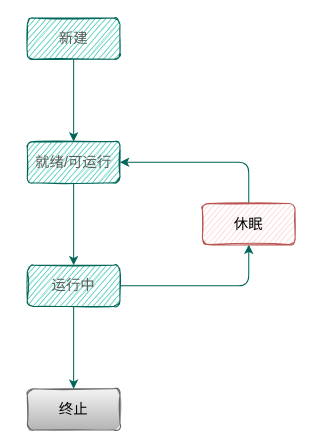
fjx5762/coding-note keeps this draw.io diagram as Thread.drawio. Above is the earlier version. Source tidied: cells renumbered, new cells numbered last; positions are measured from the earlier drawing's top-left corner, leaving out a move shared by most shapes. Both pictures are drawn from the tidied source at 103%, with x=0, y=0 at pixel (27, 18).
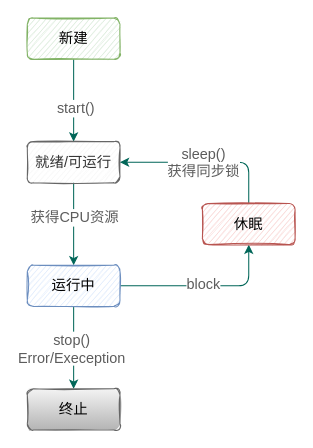
After the change.

What changed in the source:
```diff
@@
 <mxGraphModel>
   <root>
     <mxCell id="0" />
     <mxCell id="1" parent="0" />
     <mxCell id="2" style="edgeStyle=orthogonalEdgeStyle;curved=0;rounded=1;sketch=0;jettySize=auto;html=1;fontColor=#5C5C5C;strokeColor=#006658;fillColor=#21C0A5;fontSize=14;" parent="1" edge="1" source="3" target="5">
       <mxGeometry relative="1" as="geometry" />
     </mxCell>
+    <mxCell id="12" value="start()" style="edgeLabel;html=1;align=center;verticalAlign=middle;fontSize=14;fontColor=#5C5C5C;" parent="2" vertex="1">
+      <mxGeometry x="0.17" y="1" relative="1" as="geometry" />
+    </mxCell>
-    <mxCell id="3" value="新建" style="rounded=1;whiteSpace=wrap;html=1;sketch=1;fillColor=#21C0A5;strokeColor=#006658;fontColor=#5C5C5C;fontSize=14;" parent="1" vertex="1">
+    <mxCell id="3" value="新建" style="rounded=1;whiteSpace=wrap;html=1;sketch=1;fillColor=#d5e8d4;strokeColor=#82b366;fontSize=14;" parent="1" vertex="1">
       <mxGeometry width="90" height="40" as="geometry" />
     </mxCell>
     <mxCell id="4" style="edgeStyle=orthogonalEdgeStyle;curved=0;rounded=1;sketch=0;jettySize=auto;html=1;fontColor=#5C5C5C;strokeColor=#006658;fillColor=#21C0A5;fontSize=14;" parent="1" edge="1" source="5" target="8">
       <mxGeometry relative="1" as="geometry" />
     </mxCell>
+    <mxCell id="13" value="获得CPU资源" style="edgeLabel;html=1;align=center;verticalAlign=middle;fontSize=14;fontColor=#5C5C5C;" parent="4" vertex="1">
+      <mxGeometry x="-0.17" relative="1" as="geometry" />
+    </mxCell>
-    <mxCell id="5" value="就绪/可运行" style="rounded=1;whiteSpace=wrap;html=1;sketch=1;fillColor=#21C0A5;strokeColor=#006658;fontColor=#5C5C5C;fontSize=14;" parent="1" vertex="1">
+    <mxCell id="5" value="就绪/可运行" style="rounded=1;whiteSpace=wrap;html=1;sketch=1;fillColor=#f5f5f5;strokeColor=#666666;fontColor=#333333;fontSize=14;" parent="1" vertex="1">
       <mxGeometry y="120" width="90" height="40" as="geometry" />
     </mxCell>
     <mxCell id="6" style="edgeStyle=orthogonalEdgeStyle;curved=0;rounded=1;sketch=0;jettySize=auto;html=1;fontColor=#5C5C5C;strokeColor=#006658;fillColor=#21C0A5;fontSize=14;" parent="1" edge="1" source="8" target="10">
       <mxGeometry relative="1" as="geometry" />
     </mxCell>
+    <mxCell id="14" value="block" style="edgeLabel;html=1;align=center;verticalAlign=middle;fontSize=14;fontColor=#5C5C5C;" parent="6" vertex="1">
+      <mxGeometry x="-0.03" y="3" relative="1" as="geometry">
+        <mxPoint y="1" as="offset" />
+      </mxGeometry>
+    </mxCell>
     <mxCell id="7" style="edgeStyle=orthogonalEdgeStyle;curved=0;rounded=1;sketch=0;jettySize=auto;html=1;fontColor=#5C5C5C;strokeColor=#006658;fillColor=#21C0A5;fontSize=14;" parent="1" edge="1" source="8" target="11">
       <mxGeometry relative="1" as="geometry" />
     </mxCell>
+    <mxCell id="15" value="stop()&lt;br&gt;Error/Exeception" style="edgeLabel;html=1;align=center;verticalAlign=middle;fontSize=14;fontColor=#5C5C5C;" parent="7" vertex="1">
+      <mxGeometry y="-3" relative="1" as="geometry" />
+    </mxCell>
-    <mxCell id="8" value="运行中" style="rounded=1;whiteSpace=wrap;html=1;sketch=1;fillColor=#21C0A5;strokeColor=#006658;fontColor=#5C5C5C;fontSize=14;" parent="1" vertex="1">
+    <mxCell id="8" value="运行中" style="rounded=1;whiteSpace=wrap;html=1;sketch=1;fontSize=14;fillColor=#dae8fc;strokeColor=#6c8ebf;" parent="1" vertex="1">
       <mxGeometry y="240" width="90" height="40" as="geometry" />
     </mxCell>
     <mxCell id="9" style="edgeStyle=orthogonalEdgeStyle;curved=0;rounded=1;sketch=0;jettySize=auto;html=1;exitX=0.5;exitY=0;exitDx=0;exitDy=0;entryX=1;entryY=0.5;entryDx=0;entryDy=0;fontColor=#5C5C5C;strokeColor=#006658;fillColor=#21C0A5;fontSize=14;" parent="1" edge="1" source="10" target="5">
       <mxGeometry relative="1" as="geometry" />
     </mxCell>
+    <mxCell id="16" value="sleep()&lt;br&gt;获得同步锁" style="edgeLabel;html=1;align=center;verticalAlign=middle;fontSize=14;fontColor=#5C5C5C;" parent="9" vertex="1">
+      <mxGeometry x="0.03" y="-1" relative="1" as="geometry" />
+    </mxCell>
     <mxCell id="10" value="休眠" style="rounded=1;whiteSpace=wrap;html=1;sketch=1;fillColor=#f8cecc;strokeColor=#b85450;fontSize=14;" parent="1" vertex="1">
       <mxGeometry x="170" y="180" width="90" height="40" as="geometry" />
     </mxCell>
     <mxCell id="11" value="终止" style="rounded=1;whiteSpace=wrap;html=1;sketch=1;fillColor=#f5f5f5;strokeColor=#666666;fontSize=14;gradientColor=#b3b3b3;" parent="1" vertex="1">
       <mxGeometry y="360" width="90" height="40" as="geometry" />
     </mxCell>
   </root>
 </mxGraphModel>
```
